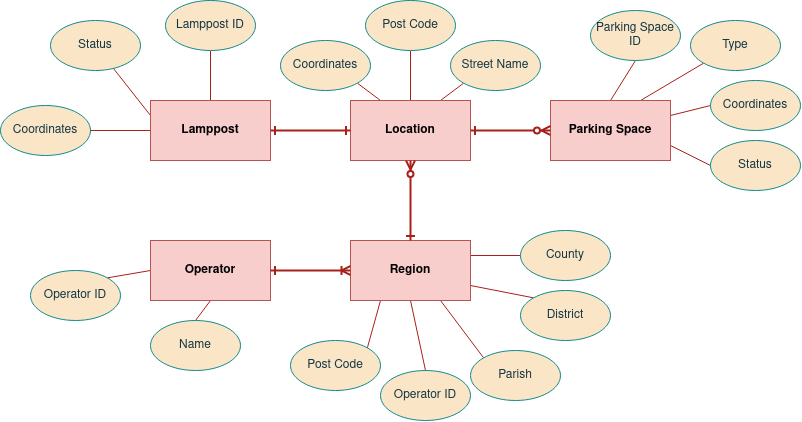
Before: project/report/images/03system_overview/dataBase.png, a diagram exported from draw.io (ESRGgroup9/slipad). Source tidied: cells renumbered, new cells last; positions are measured from the earlier drawing's top-left corner, leaving out a move shared by most shapes.
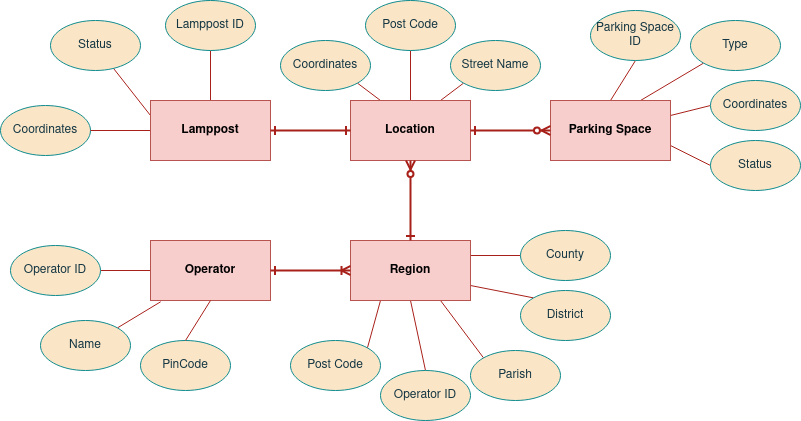
Later version of the same file.

The edit, as a diff of the source:
```diff
@@ -44,10 +44,10 @@
     <mxCell id="15" value="Parking Space" style="rounded=0;whiteSpace=wrap;html=1;fillColor=#f8cecc;strokeColor=#b85450;fontStyle=1;" parent="1" vertex="1">
       <mxGeometry x="550" y="100" width="120" height="60" as="geometry" />
     </mxCell>
-    <mxCell id="16" style="rounded=0;sketch=0;jettySize=auto;html=1;exitX=0.5;exitY=1;exitDx=0;exitDy=0;entryX=0.5;entryY=0;entryDx=0;entryDy=0;fontColor=#143642;strokeColor=#A8201A;fillColor=#FAE5C7;endArrow=none;endFill=0;" parent="1" edge="1" source="18" target="37">
+    <mxCell id="16" style="rounded=0;sketch=0;jettySize=auto;html=1;exitX=0.085;exitY=1.021;exitDx=0;exitDy=0;entryX=1;entryY=0;entryDx=0;entryDy=0;fontColor=#143642;strokeColor=#A8201A;fillColor=#FAE5C7;endArrow=none;endFill=0;exitPerimeter=0;" parent="1" edge="1" source="18" target="37">
       <mxGeometry relative="1" as="geometry" />
     </mxCell>
-    <mxCell id="17" style="edgeStyle=none;rounded=0;sketch=0;jettySize=auto;html=1;exitX=0;exitY=0.5;exitDx=0;exitDy=0;entryX=1;entryY=0;entryDx=0;entryDy=0;fontColor=#143642;endArrow=none;endFill=0;strokeColor=#A8201A;fillColor=#FAE5C7;" parent="1" edge="1" source="18" target="36">
+    <mxCell id="17" style="edgeStyle=none;rounded=0;sketch=0;jettySize=auto;html=1;exitX=0;exitY=0.5;exitDx=0;exitDy=0;entryX=1;entryY=0.5;entryDx=0;entryDy=0;fontColor=#143642;endArrow=none;endFill=0;strokeColor=#A8201A;fillColor=#FAE5C7;" parent="1" edge="1" source="18" target="36">
       <mxGeometry relative="1" as="geometry" />
     </mxCell>
     <mxCell id="18" value="Operator" style="rounded=0;whiteSpace=wrap;html=1;fillColor=#f8cecc;strokeColor=#b85450;fontStyle=1;" parent="1" vertex="1">
@@ -107,10 +107,10 @@
       <mxGeometry x="710" y="140" width="90" height="50" as="geometry" />
     </mxCell>
     <mxCell id="36" value="Operator ID" style="ellipse;whiteSpace=wrap;html=1;fillColor=#FAE5C7;strokeColor=#0F8B8D;fontColor=#143642;" parent="1" vertex="1">
-      <mxGeometry x="30" y="270" width="90" height="50" as="geometry" />
+      <mxGeometry x="10" y="245" width="90" height="50" as="geometry" />
     </mxCell>
     <mxCell id="37" value="Name" style="ellipse;whiteSpace=wrap;html=1;fillColor=#FAE5C7;strokeColor=#0F8B8D;fontColor=#143642;" parent="1" vertex="1">
-      <mxGeometry x="150" y="320" width="90" height="50" as="geometry" />
+      <mxGeometry x="40" y="320" width="90" height="50" as="geometry" />
     </mxCell>
     <mxCell id="38" value="Parking Space ID" style="ellipse;whiteSpace=wrap;html=1;fillColor=#FAE5C7;strokeColor=#0F8B8D;fontColor=#143642;" parent="1" vertex="1">
       <mxGeometry x="590" y="10" width="90" height="50" as="geometry" />
@@ -133,5 +133,11 @@
     <mxCell id="44" value="Lamppost ID" style="ellipse;whiteSpace=wrap;html=1;fillColor=#FAE5C7;strokeColor=#0F8B8D;fontColor=#143642;" parent="1" vertex="1">
       <mxGeometry x="165" width="90" height="50" as="geometry" />
     </mxCell>
+    <mxCell id="45" value="PinCode" style="ellipse;whiteSpace=wrap;html=1;fillColor=#FAE5C7;strokeColor=#0F8B8D;fontColor=#143642;" parent="1" vertex="1">
+      <mxGeometry x="140" y="340" width="90" height="50" as="geometry" />
+    </mxCell>
+    <mxCell id="46" style="rounded=0;sketch=0;jettySize=auto;html=1;exitX=0.5;exitY=1;exitDx=0;exitDy=0;entryX=0.5;entryY=0;entryDx=0;entryDy=0;fontColor=#143642;strokeColor=#A8201A;fillColor=#FAE5C7;endArrow=none;endFill=0;" parent="1" edge="1" source="18" target="45">
+      <mxGeometry relative="1" as="geometry" />
+    </mxCell>
   </root>
 </mxGraphModel>
```
